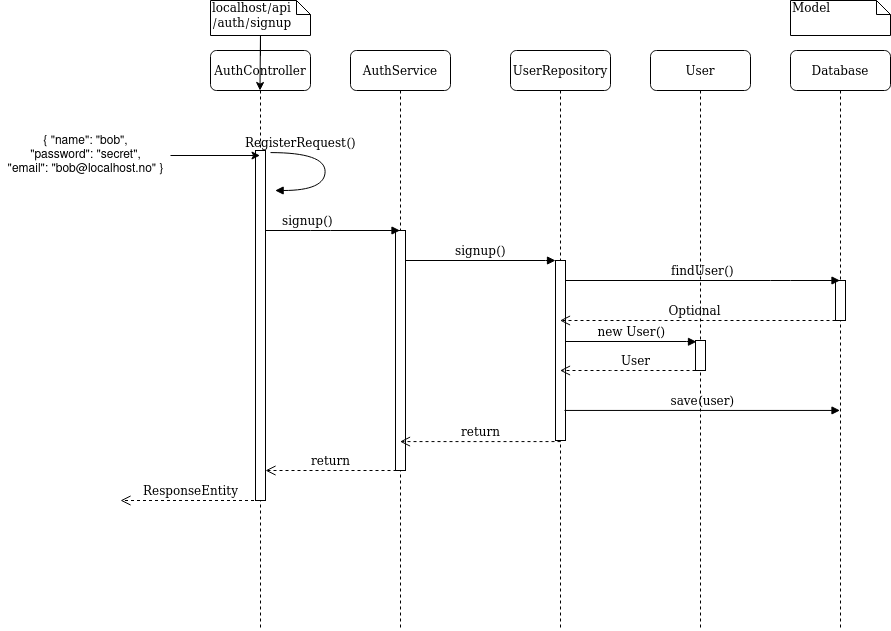
Before: signup.png, a diagram exported from draw.io (adrsolheim/nightfly). Source tidied: cells renumbered, new cells last; positions are measured from the earlier drawing's top-left corner, leaving out a move shared by most shapes.
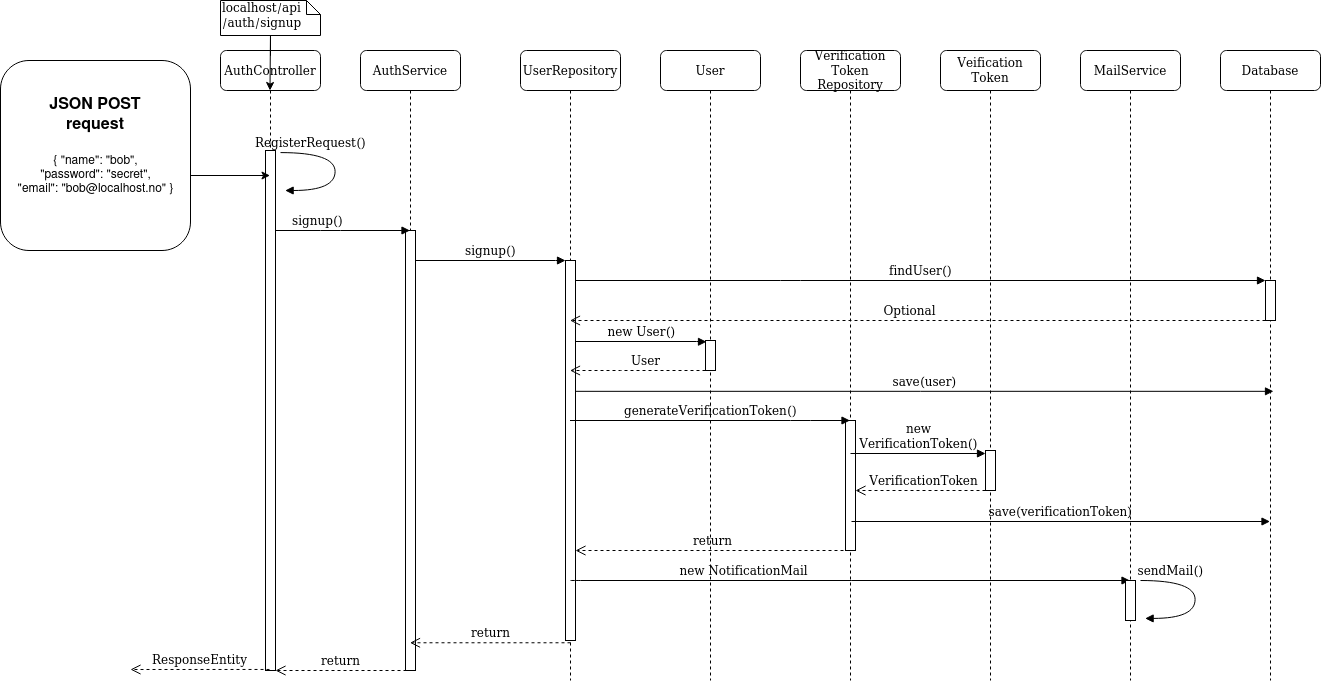
The same diagram one commit later.

Change to the diagram source:
```diff
@@ -3,36 +3,45 @@
     <mxCell id="0" />
     <mxCell id="1" parent="0" />
     <mxCell id="2" value="AuthService" style="shape=umlLifeline;perimeter=lifelinePerimeter;whiteSpace=wrap;html=1;outlineConnect=0;rounded=1;shadow=0;comic=0;labelBackgroundColor=none;strokeWidth=1;fontFamily=Verdana;fontSize=12;align=center;" parent="1" vertex="1">
-      <mxGeometry x="350" y="50" width="100" height="580" as="geometry" />
+      <mxGeometry x="350" y="50" width="100" height="620" as="geometry" />
     </mxCell>
     <mxCell id="3" style="html=1;points=[];perimeter=orthogonalPerimeter;rounded=0;shadow=0;comic=0;labelBackgroundColor=none;strokeWidth=1;fontFamily=Verdana;fontSize=12;align=center;" parent="2" vertex="1">
-      <mxGeometry x="45" y="180" width="10" height="240" as="geometry" />
+      <mxGeometry x="45" y="180" width="10" height="440" as="geometry" />
     </mxCell>
     <mxCell id="4" value="UserRepository" style="shape=umlLifeline;perimeter=lifelinePerimeter;whiteSpace=wrap;html=1;outlineConnect=0;rounded=1;shadow=0;comic=0;labelBackgroundColor=none;strokeWidth=1;fontFamily=Verdana;fontSize=12;align=center;" parent="1" vertex="1">
-      <mxGeometry x="510" y="50" width="100" height="580" as="geometry" />
+      <mxGeometry x="510" y="50" width="100" height="630" as="geometry" />
     </mxCell>
     <mxCell id="5" style="html=1;points=[];perimeter=orthogonalPerimeter;rounded=0;shadow=0;comic=0;labelBackgroundColor=none;strokeWidth=1;fontFamily=Verdana;fontSize=12;align=center;" parent="4" vertex="1">
-      <mxGeometry x="45" y="210" width="10" height="180" as="geometry" />
+      <mxGeometry x="45" y="210" width="10" height="380" as="geometry" />
     </mxCell>
     <mxCell id="6" value="User" style="shape=umlLifeline;perimeter=lifelinePerimeter;whiteSpace=wrap;html=1;rounded=1;shadow=0;comic=0;labelBackgroundColor=none;strokeWidth=1;fontFamily=Verdana;fontSize=12;align=center;" parent="1" vertex="1">
-      <mxGeometry x="650" y="50" width="100" height="580" as="geometry" />
+      <mxGeometry x="650" y="50" width="100" height="630" as="geometry" />
     </mxCell>
     <mxCell id="7" style="html=1;points=[];perimeter=orthogonalPerimeter;rounded=0;shadow=0;comic=0;labelBackgroundColor=none;strokeWidth=1;fontFamily=Verdana;fontSize=12;align=center;" parent="6" vertex="1">
       <mxGeometry x="45" y="290" width="10" height="30" as="geometry" />
     </mxCell>
-    <mxCell id="8" value="Database" style="shape=umlLifeline;perimeter=lifelinePerimeter;whiteSpace=wrap;html=1;outlineConnect=0;rounded=1;shadow=0;comic=0;labelBackgroundColor=none;strokeWidth=1;fontFamily=Verdana;fontSize=12;align=center;" parent="1" vertex="1">
-      <mxGeometry x="790" y="50" width="100" height="580" as="geometry" />
+    <mxCell id="8" value="&lt;div&gt;Verification&lt;/div&gt;&lt;div&gt;Token&lt;/div&gt;&lt;div&gt;Repository&lt;/div&gt;" style="shape=umlLifeline;perimeter=lifelinePerimeter;whiteSpace=wrap;html=1;outlineConnect=0;rounded=1;shadow=0;comic=0;labelBackgroundColor=none;strokeWidth=1;fontFamily=Verdana;fontSize=12;align=center;" parent="1" vertex="1">
+      <mxGeometry x="790" y="50" width="100" height="630" as="geometry" />
     </mxCell>
-    <mxCell id="9" style="html=1;points=[];perimeter=orthogonalPerimeter;rounded=0;shadow=0;comic=0;labelBackgroundColor=none;strokeWidth=1;fontFamily=Verdana;fontSize=12;align=center;" parent="8" vertex="1">
-      <mxGeometry x="45" y="230" width="10" height="40" as="geometry" />
-    </mxCell>
+    <mxCell id="28" style="html=1;points=[];perimeter=orthogonalPerimeter;rounded=0;shadow=0;comic=0;labelBackgroundColor=none;strokeWidth=1;fontFamily=Verdana;fontSize=12;align=center;" parent="8" vertex="1">
+      <mxGeometry x="45" y="370" width="10" height="130" as="geometry" />
+    </mxCell>
+    <mxCell id="29" value="&lt;div&gt;Veification&lt;/div&gt;&lt;div&gt;Token&lt;/div&gt;" style="shape=umlLifeline;perimeter=lifelinePerimeter;whiteSpace=wrap;html=1;rounded=1;shadow=0;comic=0;labelBackgroundColor=none;strokeWidth=1;fontFamily=Verdana;fontSize=12;align=center;" parent="1" vertex="1">
+      <mxGeometry x="930" y="50" width="100" height="630" as="geometry" />
+    </mxCell>
+    <mxCell id="30" style="html=1;points=[];perimeter=orthogonalPerimeter;rounded=0;shadow=0;comic=0;labelBackgroundColor=none;strokeWidth=1;fontFamily=Verdana;fontSize=12;align=center;" parent="29" vertex="1">
+      <mxGeometry x="45" y="400" width="10" height="40" as="geometry" />
+    </mxCell>
+    <mxCell id="31" value="MailService" style="shape=umlLifeline;perimeter=lifelinePerimeter;whiteSpace=wrap;html=1;outlineConnect=0;rounded=1;shadow=0;comic=0;labelBackgroundColor=none;strokeWidth=1;fontFamily=Verdana;fontSize=12;align=center;" parent="1" vertex="1">
+      <mxGeometry x="1070" y="50" width="100" height="630" as="geometry" />
+    </mxCell>
     <mxCell id="10" value="AuthController" style="shape=umlLifeline;perimeter=lifelinePerimeter;whiteSpace=wrap;html=1;outlineConnect=0;rounded=1;shadow=0;comic=0;labelBackgroundColor=none;strokeWidth=1;fontFamily=Verdana;fontSize=12;align=center;" parent="1" vertex="1">
-      <mxGeometry x="210" y="50" width="100" height="580" as="geometry" />
+      <mxGeometry x="210" y="50" width="100" height="620" as="geometry" />
     </mxCell>
     <mxCell id="11" style="html=1;points=[];perimeter=orthogonalPerimeter;rounded=0;shadow=0;comic=0;labelBackgroundColor=none;strokeWidth=1;fontFamily=Verdana;fontSize=12;align=center;" parent="10" vertex="1">
-      <mxGeometry x="45" y="100" width="10" height="350" as="geometry" />
+      <mxGeometry x="45" y="100" width="10" height="520" as="geometry" />
     </mxCell>
-    <mxCell id="12" value="findUser()" style="html=1;verticalAlign=bottom;endArrow=block;labelBackgroundColor=none;fontFamily=Verdana;fontSize=12;edgeStyle=elbowEdgeStyle;elbow=vertical;" parent="1" edge="1" source="5" target="8">
+    <mxCell id="12" value="findUser()" style="html=1;verticalAlign=bottom;endArrow=block;labelBackgroundColor=none;fontFamily=Verdana;fontSize=12;edgeStyle=elbowEdgeStyle;elbow=vertical;entryX=0;entryY=0;entryDx=0;entryDy=0;entryPerimeter=0;" parent="1" edge="1" source="5" target="9">
       <mxGeometry relative="1" as="geometry">
         <Array as="points">
           <mxPoint x="780" y="280" />
@@ -63,9 +72,6 @@
     <mxCell id="16" value="localhost/api/auth/signup" style="shape=note;whiteSpace=wrap;html=1;size=14;verticalAlign=top;align=left;spacingTop=-6;rounded=0;shadow=0;comic=0;labelBackgroundColor=none;strokeWidth=1;fontFamily=Verdana;fontSize=12;" parent="1" vertex="1">
       <mxGeometry x="210" width="100" height="35" as="geometry" />
     </mxCell>
-    <mxCell id="17" value="Model" style="shape=note;whiteSpace=wrap;html=1;size=14;verticalAlign=top;align=left;spacingTop=-6;rounded=0;shadow=0;comic=0;labelBackgroundColor=none;strokeWidth=1;fontFamily=Verdana;fontSize=12;" parent="1" vertex="1">
-      <mxGeometry x="790" width="100" height="35" as="geometry" />
-    </mxCell>
     <mxCell id="18" value="RegisterRequest()" style="html=1;verticalAlign=bottom;endArrow=block;labelBackgroundColor=none;fontFamily=Verdana;fontSize=12;elbow=vertical;edgeStyle=orthogonalEdgeStyle;curved=1;entryX=1;entryY=0.286;entryPerimeter=0;exitX=1.038;exitY=0.345;exitPerimeter=0;" parent="1" edge="1">
       <mxGeometry x="-0.58" relative="1" as="geometry">
         <mxPoint x="270" y="152.1" as="sourcePoint" />
@@ -106,8 +112,12 @@
         </Array>
       </mxGeometry>
     </mxCell>
-    <mxCell id="22" value="save(user)" style="html=1;verticalAlign=bottom;endArrow=block;labelBackgroundColor=none;fontFamily=Verdana;fontSize=12;exitX=0.9;exitY=0.833;exitDx=0;exitDy=0;exitPerimeter=0;" parent="1" edge="1" source="5" target="8">
-      <mxGeometry relative="1" as="geometry" />
+    <mxCell id="22" value="generateVerificationToken()" style="html=1;verticalAlign=bottom;endArrow=block;labelBackgroundColor=none;fontFamily=Verdana;fontSize=12;" parent="1" edge="1" source="4" target="8">
+      <mxGeometry relative="1" as="geometry">
+        <Array as="points">
+          <mxPoint x="790" y="420" />
+        </Array>
+      </mxGeometry>
     </mxCell>
     <mxCell id="23" value="return" style="html=1;verticalAlign=bottom;endArrow=open;dashed=1;endSize=8;exitX=0.5;exitY=1.006;labelBackgroundColor=none;fontFamily=Verdana;fontSize=12;exitDx=0;exitDy=0;exitPerimeter=0;" parent="1" edge="1" source="5" target="2">
       <mxGeometry relative="1" as="geometry" />
@@ -123,13 +133,62 @@
         </Array>
       </mxGeometry>
     </mxCell>
+    <mxCell id="27" value="ResponseEntity" style="html=1;verticalAlign=bottom;endArrow=open;dashed=1;endSize=8;labelBackgroundColor=none;fontFamily=Verdana;fontSize=12;exitX=0.4;exitY=0.998;exitDx=0;exitDy=0;exitPerimeter=0;" parent="1" edge="1" source="11">
+      <mxGeometry relative="1" as="geometry">
+        <mxPoint x="120" y="669" as="targetPoint" />
+      </mxGeometry>
+    </mxCell>
+    <mxCell id="32" value="Database" style="shape=umlLifeline;perimeter=lifelinePerimeter;whiteSpace=wrap;html=1;outlineConnect=0;rounded=1;shadow=0;comic=0;labelBackgroundColor=none;strokeWidth=1;fontFamily=Verdana;fontSize=12;align=center;" parent="1" vertex="1">
+      <mxGeometry x="1210" y="50" width="100" height="630" as="geometry" />
+    </mxCell>
+    <mxCell id="9" style="html=1;points=[];perimeter=orthogonalPerimeter;rounded=0;shadow=0;comic=0;labelBackgroundColor=none;strokeWidth=1;fontFamily=Verdana;fontSize=12;align=center;" parent="32" vertex="1">
+      <mxGeometry x="45" y="230" width="10" height="40" as="geometry" />
+    </mxCell>
+    <mxCell id="33" value="save(user)" style="html=1;verticalAlign=bottom;endArrow=block;labelBackgroundColor=none;fontFamily=Verdana;fontSize=12;entryX=0.53;entryY=0.541;entryDx=0;entryDy=0;entryPerimeter=0;" parent="1" edge="1" source="5" target="32">
+      <mxGeometry relative="1" as="geometry" />
+    </mxCell>
+    <mxCell id="34" value="&lt;div&gt;new &lt;br&gt;&lt;/div&gt;&lt;div&gt;VerificationToken()&lt;br&gt;&lt;/div&gt;" style="html=1;verticalAlign=bottom;endArrow=block;labelBackgroundColor=none;fontFamily=Verdana;fontSize=12;" parent="1" edge="1" target="30">
+      <mxGeometry relative="1" as="geometry">
+        <mxPoint x="840" y="453" as="sourcePoint" />
+      </mxGeometry>
+    </mxCell>
+    <mxCell id="35" value="VerificationToken" style="html=1;verticalAlign=bottom;endArrow=open;dashed=1;endSize=8;labelBackgroundColor=none;fontFamily=Verdana;fontSize=12;" parent="1" edge="1" target="28">
+      <mxGeometry relative="1" as="geometry">
+        <mxPoint x="981" y="490" as="sourcePoint" />
+      </mxGeometry>
+    </mxCell>
+    <mxCell id="36" value="save(verificationToken)" style="html=1;verticalAlign=bottom;endArrow=block;labelBackgroundColor=none;fontFamily=Verdana;fontSize=12;" parent="1" edge="1" target="32">
+      <mxGeometry relative="1" as="geometry">
+        <mxPoint x="841" y="521" as="sourcePoint" />
+      </mxGeometry>
+    </mxCell>
+    <mxCell id="37" value="return" style="html=1;verticalAlign=bottom;endArrow=open;dashed=1;endSize=8;exitX=0.4;exitY=1;labelBackgroundColor=none;fontFamily=Verdana;fontSize=12;exitDx=0;exitDy=0;exitPerimeter=0;" parent="1" edge="1" source="28" target="5">
+      <mxGeometry relative="1" as="geometry" />
+    </mxCell>
+    <mxCell id="38" value="new NotificationMail" style="html=1;verticalAlign=bottom;endArrow=block;labelBackgroundColor=none;fontFamily=Verdana;fontSize=12;edgeStyle=elbowEdgeStyle;elbow=vertical;exitX=0.5;exitY=0.842;exitDx=0;exitDy=0;exitPerimeter=0;" parent="1" edge="1" source="5" target="31">
+      <mxGeometry x="-0.38" relative="1" as="geometry" />
+    </mxCell>
+    <mxCell id="39" value="sendMail()" style="html=1;verticalAlign=bottom;endArrow=block;labelBackgroundColor=none;fontFamily=Verdana;fontSize=12;elbow=vertical;edgeStyle=orthogonalEdgeStyle;curved=1;entryX=1;entryY=0.286;entryPerimeter=0;exitX=1.038;exitY=0.345;exitPerimeter=0;" parent="1" edge="1">
+      <mxGeometry x="-0.58" relative="1" as="geometry">
+        <mxPoint x="1130" y="580" as="sourcePoint" />
+        <mxPoint x="1134.6" y="617.9" as="targetPoint" />
+        <Array as="points">
+          <mxPoint x="1184.6" y="579.9" />
+          <mxPoint x="1184.6" y="617.9" />
+        </Array>
+      </mxGeometry>
+    </mxCell>
+    <mxCell id="40" style="html=1;perimeter=orthogonalPerimeter;rounded=0;shadow=0;comic=0;labelBackgroundColor=none;strokeWidth=1;fontFamily=Verdana;fontSize=12;align=center;" parent="1" vertex="1">
+      <mxGeometry x="1115" y="580" width="10" height="40" as="geometry" />
+    </mxCell>
+    <mxCell id="41" style="whiteSpace=wrap;html=1;labelBorderColor=#000000;rounded=1;" parent="1" vertex="1">
+      <mxGeometry x="-10" y="60" width="190" height="190" as="geometry" />
+    </mxCell>
     <mxCell id="26" value="&lt;div&gt;{ &quot;name&quot;: &quot;bob&quot;, &lt;br&gt;&lt;/div&gt;&lt;div&gt;&quot;password&quot;: &quot;secret&quot;, &lt;br&gt;&lt;/div&gt;&lt;div&gt;&quot;email&quot;: &quot;bob@localhost.no&quot; }&lt;/div&gt;" style="text;html=1;align=center;verticalAlign=middle;points=[];fillColor=none;strokeColor=none;rounded=0;" parent="1" vertex="1">
-      <mxGeometry y="130" width="170" height="50" as="geometry" />
+      <mxGeometry y="150" width="170" height="50" as="geometry" />
     </mxCell>
-    <mxCell id="27" value="ResponseEntity" style="html=1;verticalAlign=bottom;endArrow=open;dashed=1;endSize=8;labelBackgroundColor=none;fontFamily=Verdana;fontSize=12;" parent="1" edge="1" source="10">
-      <mxGeometry relative="1" as="geometry">
-        <mxPoint x="120" y="500" as="targetPoint" />
-      </mxGeometry>
-    </mxCell>
+    <mxCell id="42" value="JSON POST request" style="text;html=1;strokeColor=none;fillColor=none;align=center;verticalAlign=middle;whiteSpace=wrap;rounded=0;fontStyle=1;fontSize=16;" parent="1" vertex="1">
+      <mxGeometry x="35" y="80" width="100" height="70" as="geometry" />
+    </mxCell>
   </root>
 </mxGraphModel>
```
